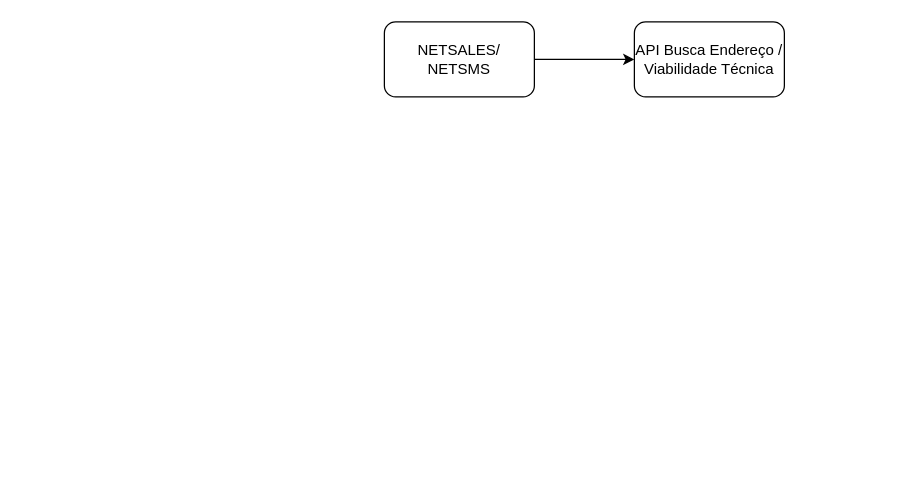
Earlier version of the draw.io diagram 108286 - Banda Larga Rural – Parceiro HughesNet.drawio (samirali/ClaroBrasil). Source tidied: cells renumbered, new cells numbered last; positions are measured from the earlier drawing's top-left corner, leaving out a move shared by most shapes. Both pictures are drawn from the tidied source at 125%, with x=0, y=0 at pixel (384, 21).
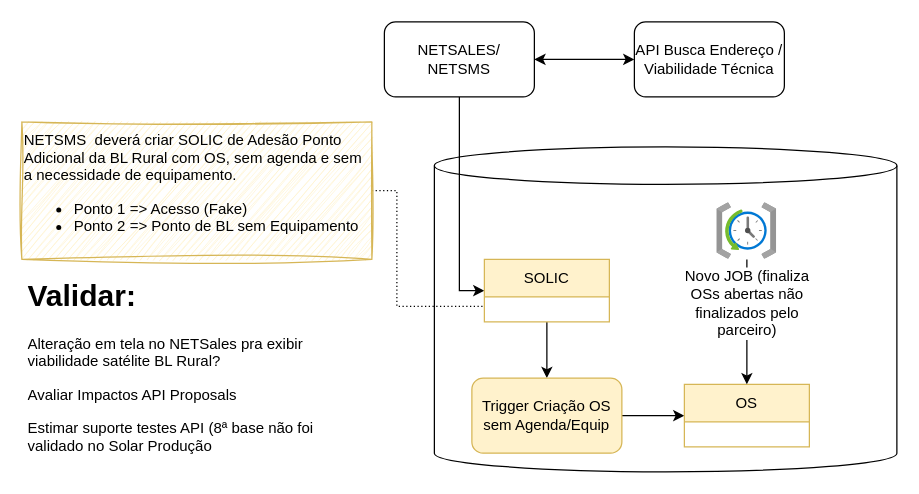
The same diagram, later.

What changed in the source:
```diff
@@
 <mxGraphModel>
   <root>
     <mxCell id="0" />
     <mxCell id="1" parent="0" />
+    <mxCell id="5" style="shape=cylinder3;whiteSpace=wrap;html=1;boundedLbl=1;backgroundOutline=1;size=15;" parent="1" vertex="1">
+      <mxGeometry x="40" y="100" width="370" height="260" as="geometry" />
+    </mxCell>
-    <mxCell id="2" style="edgeStyle=orthogonalEdgeStyle;rounded=0;jettySize=auto;html=1;entryX=0;entryY=0.5;entryDx=0;entryDy=0;" parent="1" edge="1" source="3" target="4">
+    <mxCell id="2" style="edgeStyle=orthogonalEdgeStyle;rounded=0;jettySize=auto;html=1;entryX=0;entryY=0.5;entryDx=0;entryDy=0;startArrow=classic;startFill=1;" parent="1" edge="1" source="3" target="4">
       <mxGeometry relative="1" as="geometry" />
     </mxCell>
+    <mxCell id="6" style="edgeStyle=orthogonalEdgeStyle;rounded=0;jettySize=auto;html=1;entryX=0;entryY=0.5;entryDx=0;entryDy=0;" parent="1" edge="1" source="3" target="8">
+      <mxGeometry relative="1" as="geometry" />
+    </mxCell>
     <mxCell id="3" value="NETSALES/ NETSMS" style="rounded=1;whiteSpace=wrap;html=1;" parent="1" vertex="1">
       <mxGeometry width="120" height="60" as="geometry" />
     </mxCell>
     <mxCell id="4" value="API Busca Endereço / Viabilidade Técnica" style="rounded=1;whiteSpace=wrap;html=1;" parent="1" vertex="1">
       <mxGeometry x="200" width="120" height="60" as="geometry" />
     </mxCell>
+    <mxCell id="7" style="edgeStyle=orthogonalEdgeStyle;rounded=0;jettySize=auto;html=1;entryX=0.5;entryY=0;entryDx=0;entryDy=0;" parent="1" edge="1" source="8" target="10">
+      <mxGeometry relative="1" as="geometry" />
+    </mxCell>
+    <mxCell id="8" value="SOLIC" style="swimlane;fontStyle=0;horizontal=1;startSize=30;whiteSpace=wrap;html=1;fillColor=#fff2cc;strokeColor=#d6b656;" parent="1" vertex="1">
+      <mxGeometry x="80" y="190" width="100" height="50" as="geometry" />
+    </mxCell>
+    <mxCell id="9" style="edgeStyle=orthogonalEdgeStyle;rounded=0;jettySize=auto;html=1;entryX=0;entryY=0.5;entryDx=0;entryDy=0;" parent="1" edge="1" source="10" target="13">
+      <mxGeometry relative="1" as="geometry" />
+    </mxCell>
+    <mxCell id="10" value="Trigger Criação OS sem Agenda/Equip" style="rounded=1;whiteSpace=wrap;html=1;fillColor=#fff2cc;strokeColor=#d6b656;" parent="1" vertex="1">
+      <mxGeometry x="70" y="285" width="120" height="60" as="geometry" />
+    </mxCell>
+    <mxCell id="11" style="edgeStyle=orthogonalEdgeStyle;rounded=0;jettySize=auto;html=1;endArrow=none;endFill=0;dashed=1;dashPattern=1 2;exitX=1;exitY=0.5;exitDx=0;exitDy=0;entryX=0;entryY=0.75;entryDx=0;entryDy=0;" parent="1" edge="1" source="12" target="8">
+      <mxGeometry relative="1" as="geometry">
+        <Array as="points">
+          <mxPoint x="10" y="135" />
+          <mxPoint x="10" y="228" />
+        </Array>
+      </mxGeometry>
+    </mxCell>
+    <mxCell id="12" value="&lt;div&gt;NETSMS&amp;nbsp; deverá criar SOLIC de Adesão Ponto Adicional da BL Rural com OS, sem agenda e sem a necessidade de equipamento.&lt;/div&gt;&lt;div&gt;&lt;ul&gt;&lt;li&gt;Ponto 1 =&amp;gt; Acesso (Fake)&lt;/li&gt;&lt;li&gt;Ponto 2 =&amp;gt; Ponto de BL sem Equipamento&lt;/li&gt;&lt;/ul&gt;&lt;/div&gt;" style="text;html=1;align=left;verticalAlign=middle;whiteSpace=wrap;rounded=0;fillColor=#fff2cc;strokeColor=#d6b656;shadow=0;sketch=1;curveFitting=1;jiggle=2;" parent="1" vertex="1">
+      <mxGeometry x="-290" y="80" width="280" height="110" as="geometry" />
+    </mxCell>
+    <mxCell id="13" value="OS" style="swimlane;fontStyle=0;horizontal=1;startSize=30;whiteSpace=wrap;html=1;fillColor=#fff2cc;strokeColor=#d6b656;" parent="1" vertex="1">
+      <mxGeometry x="240" y="290" width="100" height="50" as="geometry" />
+    </mxCell>
+    <mxCell id="14" style="edgeStyle=orthogonalEdgeStyle;rounded=0;jettySize=auto;html=1;" parent="1" edge="1" source="15" target="13">
+      <mxGeometry relative="1" as="geometry" />
+    </mxCell>
+    <mxCell id="15" value="Novo JOB (finaliza &lt;br&gt;OSs abertas não &lt;br&gt;finalizados pelo &lt;br&gt;parceiro)" style="image;html=1;points=[];align=center;fontSize=12;image=img/lib/azure2/management_governance/Scheduler_Job_Collections.svg;" parent="1" vertex="1">
+      <mxGeometry x="266" y="144.8" width="48" height="45.2" as="geometry" />
+    </mxCell>
+    <mxCell id="16" value="&lt;h1&gt;Validar:&lt;/h1&gt;&lt;p&gt;Alteração em tela no NETSales pra exibir viabilidade satélite BL Rural?&lt;/p&gt;&lt;p&gt;Avaliar Impactos API Proposals&lt;/p&gt;&lt;p&gt;Estimar suporte testes API (8ª base não foi validado no Solar Produção&lt;/p&gt;" style="text;html=1;spacing=5;spacingTop=-20;whiteSpace=wrap;overflow=hidden;rounded=0;" parent="1" vertex="1">
+      <mxGeometry x="-290" y="200" width="260" height="160" as="geometry" />
+    </mxCell>
   </root>
 </mxGraphModel>
```
